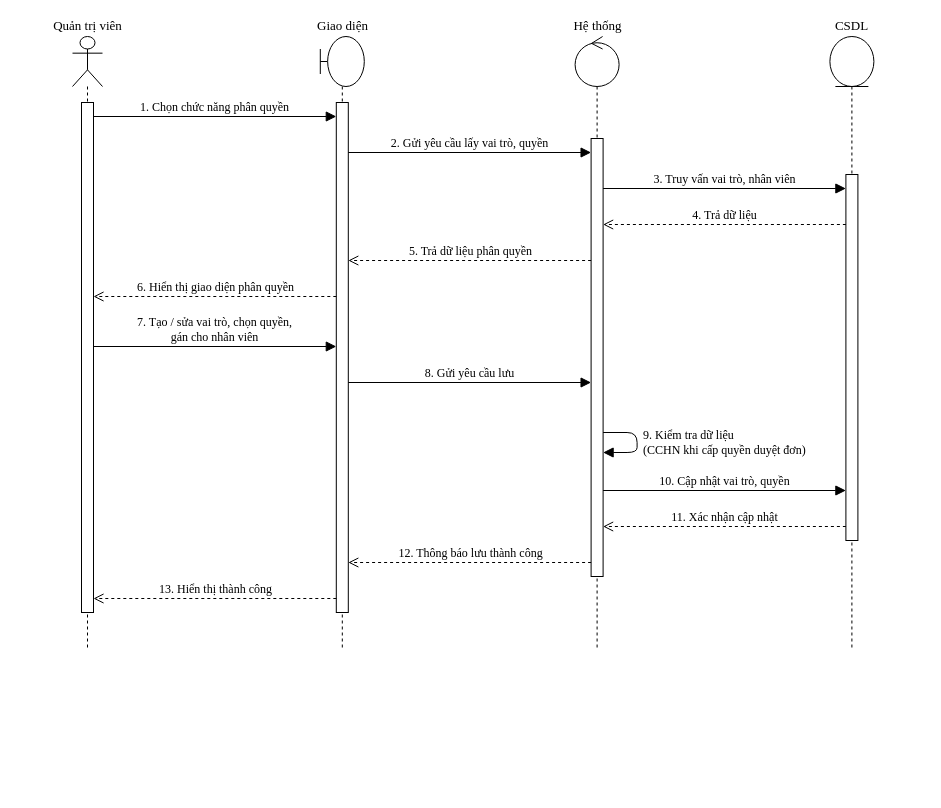
ngocanh82205/Hieuthuoc keeps this draw.io diagram as docs/drawio/tuan-tu-don-gian/sd09-phan-quyen.drawio. Above is the earlier version. Source tidied: cells renumbered, new cells numbered last; positions are measured from the earlier drawing's top-left corner, leaving out a move shared by most shapes. Both pictures are drawn from the tidied source at 100%, with x=0, y=0 at pixel (72, 36).
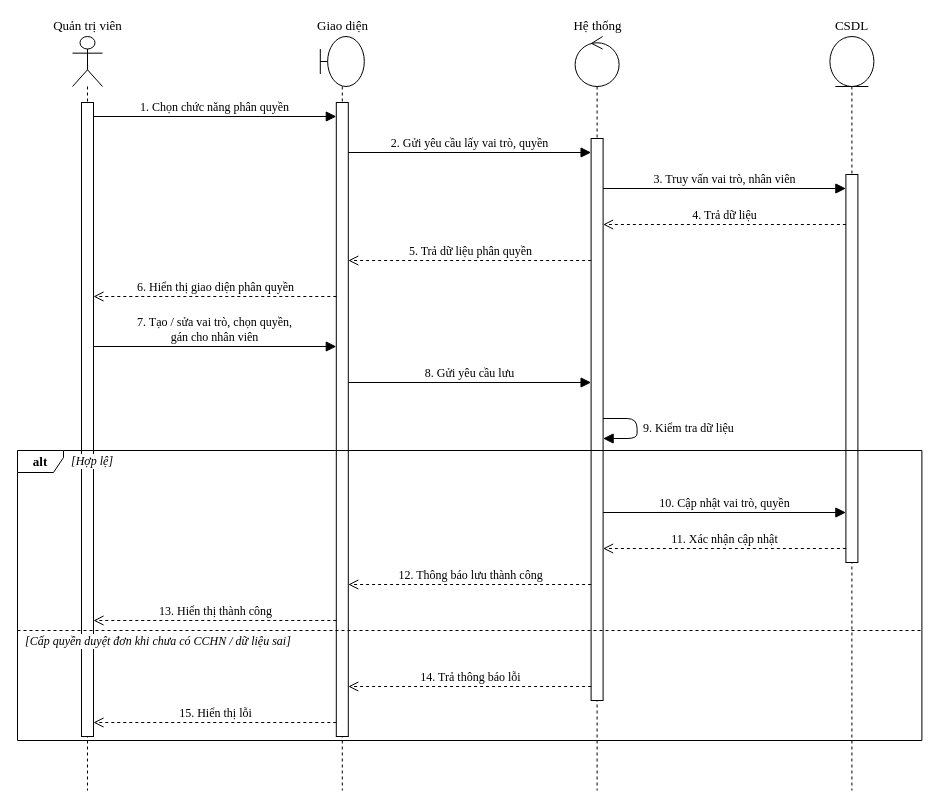
The same page after the edit.

Change to the diagram source:
```diff
@@
     <mxCell id="2" value="Quản trị viên" style="shape=umlLifeline;perimeter=lifelinePerimeter;participant=umlActor;whiteSpace=nowrap;html=1;verticalAlign=bottom;labelPosition=center;verticalLabelPosition=top;align=center;size=50;fontFamily=Times New Roman;fontSize=13;fillColor=#ffffff;strokeColor=#000000;" parent="1" vertex="1">
-      <mxGeometry width="30" height="612" as="geometry" />
+      <mxGeometry width="30" height="754" as="geometry" />
     </mxCell>
     <mxCell id="3" value="Giao diện" style="shape=umlLifeline;perimeter=lifelinePerimeter;participant=umlBoundary;whiteSpace=nowrap;html=1;verticalAlign=bottom;labelPosition=center;verticalLabelPosition=top;align=center;size=50;fontFamily=Times New Roman;fontSize=13;fillColor=#ffffff;strokeColor=#000000;" parent="1" vertex="1">
-      <mxGeometry x="247.8" width="44" height="612" as="geometry" />
+      <mxGeometry x="247.8" width="44" height="754" as="geometry" />
     </mxCell>
     <mxCell id="4" value="Hệ thống" style="shape=umlLifeline;perimeter=lifelinePerimeter;participant=umlControl;whiteSpace=nowrap;html=1;verticalAlign=bottom;labelPosition=center;verticalLabelPosition=top;align=center;size=50;fontFamily=Times New Roman;fontSize=13;fillColor=#ffffff;strokeColor=#000000;" parent="1" vertex="1">
-      <mxGeometry x="502.6" width="44" height="612" as="geometry" />
+      <mxGeometry x="502.6" width="44" height="754" as="geometry" />
     </mxCell>
     <mxCell id="5" value="CSDL" style="shape=umlLifeline;perimeter=lifelinePerimeter;participant=umlEntity;whiteSpace=nowrap;html=1;verticalAlign=bottom;labelPosition=center;verticalLabelPosition=top;align=center;size=50;fontFamily=Times New Roman;fontSize=13;fillColor=#ffffff;strokeColor=#000000;" parent="1" vertex="1">
-      <mxGeometry x="757.4" width="44" height="612" as="geometry" />
+      <mxGeometry x="757.4" width="44" height="754" as="geometry" />
     </mxCell>
     <mxCell id="6" style="html=1;perimeter=orthogonalPerimeter;fillColor=#ffffff;strokeColor=#000000;" parent="1" vertex="1">
-      <mxGeometry x="9" y="66" width="12" height="510" as="geometry" />
+      <mxGeometry x="9" y="66" width="12" height="634" as="geometry" />
     </mxCell>
     <mxCell id="7" style="html=1;perimeter=orthogonalPerimeter;fillColor=#ffffff;strokeColor=#000000;" parent="1" vertex="1">
-      <mxGeometry x="263.8" y="66" width="12" height="510" as="geometry" />
+      <mxGeometry x="263.8" y="66" width="12" height="634" as="geometry" />
     </mxCell>
     <mxCell id="8" style="html=1;perimeter=orthogonalPerimeter;fillColor=#ffffff;strokeColor=#000000;" parent="1" vertex="1">
-      <mxGeometry x="518.6" y="102" width="12" height="438" as="geometry" />
+      <mxGeometry x="518.6" y="102" width="12" height="562" as="geometry" />
     </mxCell>
     <mxCell id="9" style="html=1;perimeter=orthogonalPerimeter;fillColor=#ffffff;strokeColor=#000000;" parent="1" vertex="1">
-      <mxGeometry x="773.4" y="138" width="12" height="366" as="geometry" />
+      <mxGeometry x="773.4" y="138" width="12" height="388" as="geometry" />
     </mxCell>
-    <mxCell id="10" value="1. Chọn chức năng phân quyền" style="html=1;verticalAlign=bottom;fontFamily=Times New Roman;fontSize=13;fontSize=12;strokeColor=#000000;labelBackgroundColor=#ffffff;endArrow=block;endFill=1;endSize=8;" parent="1" edge="1">
-      <mxGeometry relative="1" as="geometry">
-        <mxPoint x="21" y="80" as="sourcePoint" />
-        <mxPoint x="263.8" y="80" as="targetPoint" />
-      </mxGeometry>
-    </mxCell>
-    <mxCell id="11" value="2. Gửi yêu cầu lấy vai trò, quyền" style="html=1;verticalAlign=bottom;fontFamily=Times New Roman;fontSize=13;fontSize=12;strokeColor=#000000;labelBackgroundColor=#ffffff;endArrow=block;endFill=1;endSize=8;" parent="1" edge="1">
-      <mxGeometry relative="1" as="geometry">
-        <mxPoint x="275.8" y="116" as="sourcePoint" />
-        <mxPoint x="518.6" y="116" as="targetPoint" />
-      </mxGeometry>
-    </mxCell>
+    <mxCell id="23" value="alt" style="shape=umlFrame;whiteSpace=wrap;html=1;width=46;height=22;fontStyle=1;fontFamily=Times New Roman;fontSize=13;strokeColor=#000000;fillColor=none;" parent="1" vertex="1">
+      <mxGeometry x="-55" y="414" width="904.4" height="290" as="geometry" />
+    </mxCell>
+    <mxCell id="24" value="[Hợp lệ]" style="text;html=1;align=left;verticalAlign=middle;fontFamily=Times New Roman;fontSize=13;fontSize=12;fontStyle=2;labelBackgroundColor=#ffffff;" parent="1" vertex="1">
+      <mxGeometry x="-3" y="415" width="77.8" height="20" as="geometry" />
+    </mxCell>
-    <mxCell id="12" value="3. Truy vấn vai trò, nhân viên" style="html=1;verticalAlign=bottom;fontFamily=Times New Roman;fontSize=13;fontSize=12;strokeColor=#000000;labelBackgroundColor=#ffffff;endArrow=block;endFill=1;endSize=8;" parent="1" edge="1">
+    <mxCell id="12" style="html=1;endArrow=none;dashed=1;strokeColor=#000000;" parent="1" edge="1">
       <mxGeometry relative="1" as="geometry">
-        <mxPoint x="530.6" y="152" as="sourcePoint" />
-        <mxPoint x="773.4" y="152" as="targetPoint" />
+        <mxPoint x="-55" y="594" as="sourcePoint" />
+        <mxPoint x="849.4" y="594" as="targetPoint" />
       </mxGeometry>
     </mxCell>
-    <mxCell id="13" value="4. Trả dữ liệu" style="html=1;verticalAlign=bottom;fontFamily=Times New Roman;fontSize=13;fontSize=12;strokeColor=#000000;labelBackgroundColor=#ffffff;dashed=1;endArrow=open;endSize=8;" parent="1" edge="1">
-      <mxGeometry relative="1" as="geometry">
-        <mxPoint x="773.4" y="188" as="sourcePoint" />
-        <mxPoint x="530.6" y="188" as="targetPoint" />
-      </mxGeometry>
-    </mxCell>
+    <mxCell id="25" value="[Cấp quyền duyệt đơn khi chưa có CCHN / dữ liệu sai]" style="text;html=1;align=left;verticalAlign=middle;fontFamily=Times New Roman;fontSize=13;fontSize=12;fontStyle=2;labelBackgroundColor=#ffffff;" parent="1" vertex="1">
+      <mxGeometry x="-49" y="595" width="384" height="20" as="geometry" />
+    </mxCell>
-    <mxCell id="14" value="5. Trả dữ liệu phân quyền" style="html=1;verticalAlign=bottom;fontFamily=Times New Roman;fontSize=13;fontSize=12;strokeColor=#000000;labelBackgroundColor=#ffffff;dashed=1;endArrow=open;endSize=8;" parent="1" edge="1">
+    <mxCell id="14" value="1. Chọn chức năng phân quyền" style="html=1;verticalAlign=bottom;fontFamily=Times New Roman;fontSize=13;fontSize=12;strokeColor=#000000;labelBackgroundColor=#ffffff;endArrow=block;endFill=1;endSize=8;" parent="1" edge="1">
       <mxGeometry relative="1" as="geometry">
-        <mxPoint x="518.6" y="224" as="sourcePoint" />
-        <mxPoint x="275.8" y="224" as="targetPoint" />
+        <mxPoint x="21" y="80" as="sourcePoint" />
+        <mxPoint x="263.8" y="80" as="targetPoint" />
       </mxGeometry>
     </mxCell>
-    <mxCell id="15" value="6. Hiển thị giao diện phân quyền" style="html=1;verticalAlign=bottom;fontFamily=Times New Roman;fontSize=13;fontSize=12;strokeColor=#000000;labelBackgroundColor=#ffffff;dashed=1;endArrow=open;endSize=8;" parent="1" edge="1">
+    <mxCell id="15" value="2. Gửi yêu cầu lấy vai trò, quyền" style="html=1;verticalAlign=bottom;fontFamily=Times New Roman;fontSize=13;fontSize=12;strokeColor=#000000;labelBackgroundColor=#ffffff;endArrow=block;endFill=1;endSize=8;" parent="1" edge="1">
       <mxGeometry relative="1" as="geometry">
-        <mxPoint x="263.8" y="260" as="sourcePoint" />
-        <mxPoint x="21" y="260" as="targetPoint" />
+        <mxPoint x="275.8" y="116" as="sourcePoint" />
+        <mxPoint x="518.6" y="116" as="targetPoint" />
       </mxGeometry>
     </mxCell>
-    <mxCell id="16" value="7. Tạo / sửa vai trò, chọn quyền,&lt;br&gt;gán cho nhân viên" style="html=1;verticalAlign=bottom;fontFamily=Times New Roman;fontSize=13;fontSize=12;strokeColor=#000000;labelBackgroundColor=#ffffff;endArrow=block;endFill=1;endSize=8;" parent="1" edge="1">
+    <mxCell id="16" value="3. Truy vấn vai trò, nhân viên" style="html=1;verticalAlign=bottom;fontFamily=Times New Roman;fontSize=13;fontSize=12;strokeColor=#000000;labelBackgroundColor=#ffffff;endArrow=block;endFill=1;endSize=8;" parent="1" edge="1">
       <mxGeometry relative="1" as="geometry">
-        <mxPoint x="21" y="310" as="sourcePoint" />
-        <mxPoint x="263.8" y="310" as="targetPoint" />
+        <mxPoint x="530.6" y="152" as="sourcePoint" />
+        <mxPoint x="773.4" y="152" as="targetPoint" />
       </mxGeometry>
     </mxCell>
-    <mxCell id="17" value="8. Gửi yêu cầu lưu" style="html=1;verticalAlign=bottom;fontFamily=Times New Roman;fontSize=13;fontSize=12;strokeColor=#000000;labelBackgroundColor=#ffffff;endArrow=block;endFill=1;endSize=8;" parent="1" edge="1">
+    <mxCell id="17" value="4. Trả dữ liệu" style="html=1;verticalAlign=bottom;fontFamily=Times New Roman;fontSize=13;fontSize=12;strokeColor=#000000;labelBackgroundColor=#ffffff;dashed=1;endArrow=open;endSize=8;" parent="1" edge="1">
       <mxGeometry relative="1" as="geometry">
-        <mxPoint x="275.8" y="346" as="sourcePoint" />
-        <mxPoint x="518.6" y="346" as="targetPoint" />
+        <mxPoint x="773.4" y="188" as="sourcePoint" />
+        <mxPoint x="530.6" y="188" as="targetPoint" />
       </mxGeometry>
     </mxCell>
-    <mxCell id="18" value="9. Kiểm tra dữ liệu&lt;br&gt;(CCHN khi cấp quyền duyệt đơn)" style="html=1;verticalAlign=middle;fontFamily=Times New Roman;fontSize=13;fontSize=12;strokeColor=#000000;labelBackgroundColor=#ffffff;endArrow=block;endFill=1;endSize=8;align=left;spacingLeft=4;" parent="1" edge="1">
+    <mxCell id="18" value="5. Trả dữ liệu phân quyền" style="html=1;verticalAlign=bottom;fontFamily=Times New Roman;fontSize=13;fontSize=12;strokeColor=#000000;labelBackgroundColor=#ffffff;dashed=1;endArrow=open;endSize=8;" parent="1" edge="1">
       <mxGeometry relative="1" as="geometry">
-        <mxPoint x="530.6" y="396" as="sourcePoint" />
-        <mxPoint x="530.6" y="416" as="targetPoint" />
-        <Array as="points">
-          <mxPoint x="564.6" y="396" />
-          <mxPoint x="564.6" y="416" />
-        </Array>
+        <mxPoint x="518.6" y="224" as="sourcePoint" />
+        <mxPoint x="275.8" y="224" as="targetPoint" />
       </mxGeometry>
     </mxCell>
-    <mxCell id="19" value="10. Cập nhật vai trò, quyền" style="html=1;verticalAlign=bottom;fontFamily=Times New Roman;fontSize=13;fontSize=12;strokeColor=#000000;labelBackgroundColor=#ffffff;endArrow=block;endFill=1;endSize=8;" parent="1" edge="1">
+    <mxCell id="19" value="6. Hiển thị giao diện phân quyền" style="html=1;verticalAlign=bottom;fontFamily=Times New Roman;fontSize=13;fontSize=12;strokeColor=#000000;labelBackgroundColor=#ffffff;dashed=1;endArrow=open;endSize=8;" parent="1" edge="1">
       <mxGeometry relative="1" as="geometry">
-        <mxPoint x="530.6" y="454" as="sourcePoint" />
-        <mxPoint x="773.4" y="454" as="targetPoint" />
+        <mxPoint x="263.8" y="260" as="sourcePoint" />
+        <mxPoint x="21" y="260" as="targetPoint" />
       </mxGeometry>
     </mxCell>
-    <mxCell id="20" value="11. Xác nhận cập nhật" style="html=1;verticalAlign=bottom;fontFamily=Times New Roman;fontSize=13;fontSize=12;strokeColor=#000000;labelBackgroundColor=#ffffff;dashed=1;endArrow=open;endSize=8;" parent="1" edge="1">
+    <mxCell id="20" value="7. Tạo / sửa vai trò, chọn quyền,&lt;br&gt;gán cho nhân viên" style="html=1;verticalAlign=bottom;fontFamily=Times New Roman;fontSize=13;fontSize=12;strokeColor=#000000;labelBackgroundColor=#ffffff;endArrow=block;endFill=1;endSize=8;" parent="1" edge="1">
       <mxGeometry relative="1" as="geometry">
-        <mxPoint x="773.4" y="490" as="sourcePoint" />
-        <mxPoint x="530.6" y="490" as="targetPoint" />
+        <mxPoint x="21" y="310" as="sourcePoint" />
+        <mxPoint x="263.8" y="310" as="targetPoint" />
       </mxGeometry>
     </mxCell>
-    <mxCell id="21" value="12. Thông báo lưu thành công" style="html=1;verticalAlign=bottom;fontFamily=Times New Roman;fontSize=13;fontSize=12;strokeColor=#000000;labelBackgroundColor=#ffffff;dashed=1;endArrow=open;endSize=8;" parent="1" edge="1">
+    <mxCell id="21" value="8. Gửi yêu cầu lưu" style="html=1;verticalAlign=bottom;fontFamily=Times New Roman;fontSize=13;fontSize=12;strokeColor=#000000;labelBackgroundColor=#ffffff;endArrow=block;endFill=1;endSize=8;" parent="1" edge="1">
       <mxGeometry relative="1" as="geometry">
-        <mxPoint x="518.6" y="526" as="sourcePoint" />
-        <mxPoint x="275.8" y="526" as="targetPoint" />
+        <mxPoint x="275.8" y="346" as="sourcePoint" />
+        <mxPoint x="518.6" y="346" as="targetPoint" />
       </mxGeometry>
     </mxCell>
-    <mxCell id="22" value="13. Hiển thị thành công" style="html=1;verticalAlign=bottom;fontFamily=Times New Roman;fontSize=13;fontSize=12;strokeColor=#000000;labelBackgroundColor=#ffffff;dashed=1;endArrow=open;endSize=8;" parent="1" edge="1">
+    <mxCell id="22" value="9. Kiểm tra dữ liệu" style="html=1;verticalAlign=middle;fontFamily=Times New Roman;fontSize=13;fontSize=12;strokeColor=#000000;labelBackgroundColor=#ffffff;endArrow=block;endFill=1;endSize=8;align=left;spacingLeft=4;" parent="1" edge="1">
       <mxGeometry relative="1" as="geometry">
-        <mxPoint x="263.8" y="562" as="sourcePoint" />
-        <mxPoint x="21" y="562" as="targetPoint" />
+        <mxPoint x="530.6" y="382" as="sourcePoint" />
+        <mxPoint x="530.6" y="402" as="targetPoint" />
+        <Array as="points">
+          <mxPoint x="564.6" y="382" />
+          <mxPoint x="564.6" y="402" />
+        </Array>
       </mxGeometry>
     </mxCell>
+    <mxCell id="26" value="10. Cập nhật vai trò, quyền" style="html=1;verticalAlign=bottom;fontFamily=Times New Roman;fontSize=13;fontSize=12;strokeColor=#000000;labelBackgroundColor=#ffffff;endArrow=block;endFill=1;endSize=8;" parent="1" edge="1">
+      <mxGeometry relative="1" as="geometry">
+        <mxPoint x="530.6" y="476" as="sourcePoint" />
+        <mxPoint x="773.4" y="476" as="targetPoint" />
+      </mxGeometry>
+    </mxCell>
+    <mxCell id="27" value="11. Xác nhận cập nhật" style="html=1;verticalAlign=bottom;fontFamily=Times New Roman;fontSize=13;fontSize=12;strokeColor=#000000;labelBackgroundColor=#ffffff;dashed=1;endArrow=open;endSize=8;" parent="1" edge="1">
+      <mxGeometry relative="1" as="geometry">
+        <mxPoint x="773.4" y="512" as="sourcePoint" />
+        <mxPoint x="530.6" y="512" as="targetPoint" />
+      </mxGeometry>
+    </mxCell>
+    <mxCell id="28" value="12. Thông báo lưu thành công" style="html=1;verticalAlign=bottom;fontFamily=Times New Roman;fontSize=13;fontSize=12;strokeColor=#000000;labelBackgroundColor=#ffffff;dashed=1;endArrow=open;endSize=8;" parent="1" edge="1">
+      <mxGeometry relative="1" as="geometry">
+        <mxPoint x="518.6" y="548" as="sourcePoint" />
+        <mxPoint x="275.8" y="548" as="targetPoint" />
+      </mxGeometry>
+    </mxCell>
+    <mxCell id="29" value="13. Hiển thị thành công" style="html=1;verticalAlign=bottom;fontFamily=Times New Roman;fontSize=13;fontSize=12;strokeColor=#000000;labelBackgroundColor=#ffffff;dashed=1;endArrow=open;endSize=8;" parent="1" edge="1">
+      <mxGeometry relative="1" as="geometry">
+        <mxPoint x="263.8" y="584" as="sourcePoint" />
+        <mxPoint x="21" y="584" as="targetPoint" />
+      </mxGeometry>
+    </mxCell>
+    <mxCell id="30" value="14. Trả thông báo lỗi" style="html=1;verticalAlign=bottom;fontFamily=Times New Roman;fontSize=13;fontSize=12;strokeColor=#000000;labelBackgroundColor=#ffffff;dashed=1;endArrow=open;endSize=8;" parent="1" edge="1">
+      <mxGeometry relative="1" as="geometry">
+        <mxPoint x="518.6" y="650" as="sourcePoint" />
+        <mxPoint x="275.8" y="650" as="targetPoint" />
+      </mxGeometry>
+    </mxCell>
+    <mxCell id="31" value="15. Hiển thị lỗi" style="html=1;verticalAlign=bottom;fontFamily=Times New Roman;fontSize=13;fontSize=12;strokeColor=#000000;labelBackgroundColor=#ffffff;dashed=1;endArrow=open;endSize=8;" parent="1" edge="1">
+      <mxGeometry relative="1" as="geometry">
+        <mxPoint x="263.8" y="686" as="sourcePoint" />
+        <mxPoint x="21" y="686" as="targetPoint" />
+      </mxGeometry>
+    </mxCell>
```
